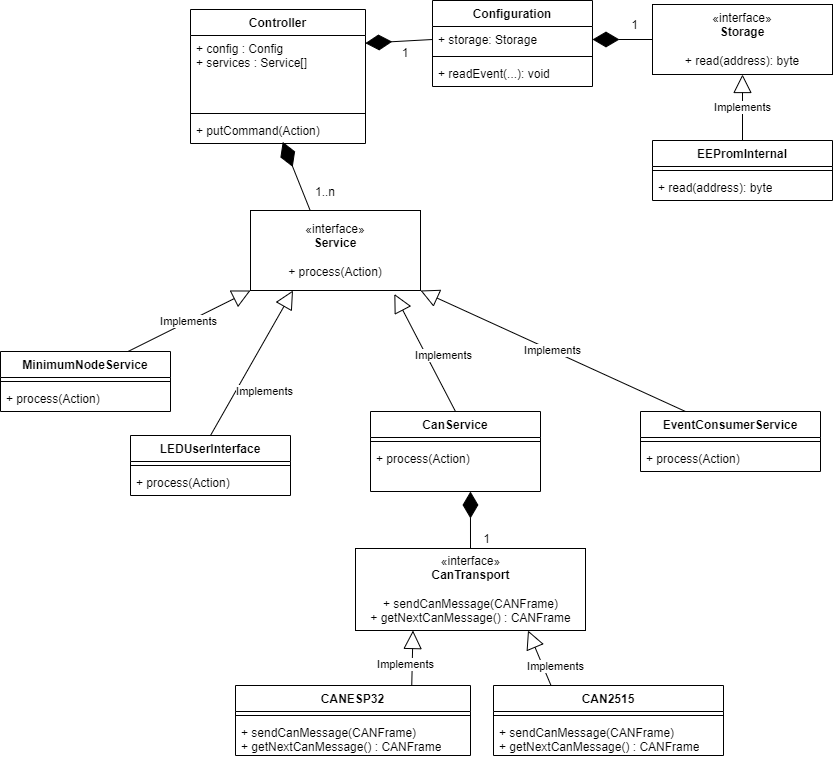
The draw.io diagram docs/VLCB-Arduino-Classes.png in SvenRosvall/VLCB-Arduino, before a commit. Source tidied: cells renumbered, new cells last; positions are measured from the earlier drawing's top-left corner, leaving out a move shared by most shapes.
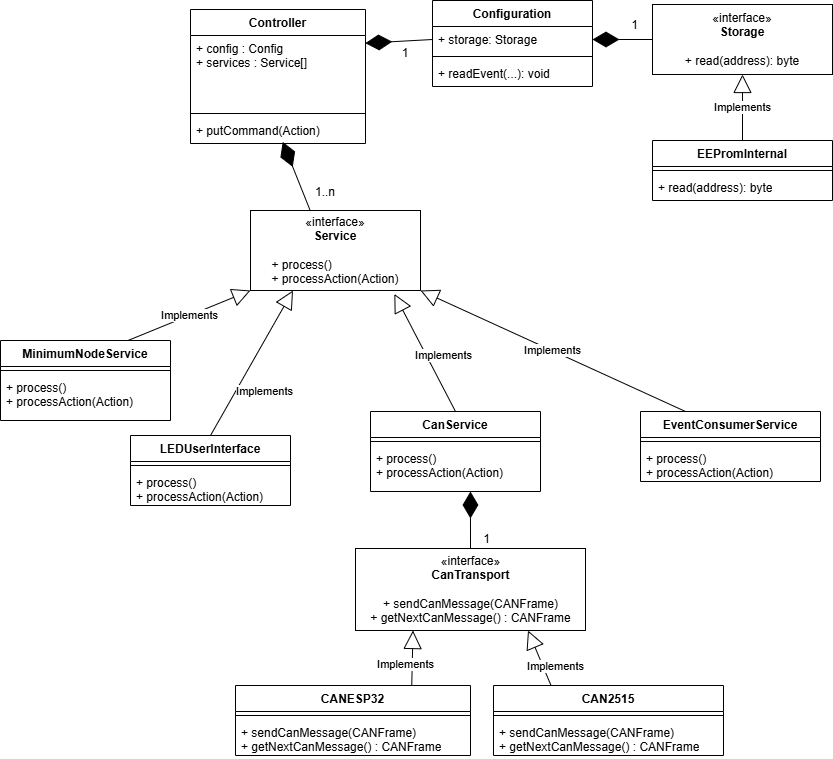
Above is the later version.

The edit, as a diff of the source:
```diff
@@ -38,29 +38,29 @@
     <mxCell id="13" value="Implements" style="endArrow=block;endSize=16;endFill=0;html=1;rounded=0;exitX=0.75;exitY=0;exitDx=0;exitDy=0;entryX=0.25;entryY=1;entryDx=0;entryDy=0;" parent="1" edge="1" source="9" target="48">
       <mxGeometry x="-0.23" y="7" relative="1" as="geometry" />
     </mxCell>
-    <mxCell id="14" value="«interface»&lt;br&gt;&lt;b&gt;Service&lt;br&gt;&lt;br&gt;&lt;/b&gt;+ process(&lt;span style=&quot;text-align: left;&quot;&gt;Action&lt;/span&gt;)&lt;b&gt;&lt;br&gt;&lt;/b&gt;" style="html=1;whiteSpace=wrap;" parent="1" vertex="1">
+    <mxCell id="14" value="«interface»&lt;br&gt;&lt;b&gt;Service&lt;br&gt;&lt;br&gt;&lt;div style=&quot;text-align: left;&quot;&gt;&lt;span style=&quot;background-color: initial; font-weight: normal;&quot;&gt;+ process()&lt;/span&gt;&lt;/div&gt;&lt;/b&gt;&lt;div style=&quot;text-align: left;&quot;&gt;&lt;span style=&quot;background-color: initial;&quot;&gt;+ processAction(Action)&lt;/span&gt;&lt;/div&gt;" style="html=1;whiteSpace=wrap;" parent="1" vertex="1">
       <mxGeometry x="250" y="210" width="170" height="80" as="geometry" />
     </mxCell>
     <mxCell id="15" value="MinimumNodeService" style="swimlane;fontStyle=1;align=center;verticalAlign=top;horizontal=1;startSize=26;whiteSpace=wrap;html=1;" parent="1" vertex="1">
-      <mxGeometry y="351" width="170" height="60" as="geometry" />
+      <mxGeometry y="340" width="170" height="80" as="geometry" />
     </mxCell>
     <mxCell id="16" style="line;strokeWidth=1;fillColor=none;align=left;verticalAlign=middle;spacingTop=-1;spacingLeft=3;spacingRight=3;labelPosition=right;strokeColor=inherit;" parent="15" vertex="1">
       <mxGeometry y="26" width="170" height="8" as="geometry" />
     </mxCell>
-    <mxCell id="17" value="+&amp;nbsp;&lt;span style=&quot;text-align: center;&quot;&gt;process(&lt;/span&gt;Action&lt;span style=&quot;text-align: center;&quot;&gt;)&lt;/span&gt;" style="text;strokeColor=none;fillColor=none;align=left;verticalAlign=top;spacingLeft=4;spacingRight=4;overflow=hidden;whiteSpace=wrap;html=1;" parent="15" vertex="1">
-      <mxGeometry y="34" width="170" height="26" as="geometry" />
+    <mxCell id="17" value="+&amp;nbsp;&lt;span style=&quot;text-align: center;&quot;&gt;process(&lt;/span&gt;&lt;span style=&quot;text-align: center;&quot;&gt;)&lt;/span&gt;&lt;br style=&quot;border-color: rgb(218, 220, 224); text-align: center;&quot;&gt;+ processAction(Action)" style="text;strokeColor=none;fillColor=none;align=left;verticalAlign=top;spacingLeft=4;spacingRight=4;overflow=hidden;whiteSpace=wrap;html=1;" parent="15" vertex="1">
+      <mxGeometry y="34" width="170" height="46" as="geometry" />
     </mxCell>
     <mxCell id="18" value="Implements" style="endArrow=block;endSize=16;endFill=0;html=1;rounded=0;entryX=0;entryY=1;entryDx=0;entryDy=0;exitX=0.75;exitY=0;exitDx=0;exitDy=0;" parent="1" edge="1" source="15" target="14">
       <mxGeometry relative="1" as="geometry" />
     </mxCell>
     <mxCell id="19" value="EventConsumerService" style="swimlane;fontStyle=1;align=center;verticalAlign=top;horizontal=1;startSize=26;whiteSpace=wrap;html=1;" parent="1" vertex="1">
-      <mxGeometry x="640" y="411" width="180" height="60" as="geometry" />
+      <mxGeometry x="640" y="411" width="180" height="70" as="geometry" />
     </mxCell>
     <mxCell id="20" style="line;strokeWidth=1;fillColor=none;align=left;verticalAlign=middle;spacingTop=-1;spacingLeft=3;spacingRight=3;labelPosition=right;strokeColor=inherit;" parent="19" vertex="1">
       <mxGeometry y="26" width="180" height="8" as="geometry" />
     </mxCell>
-    <mxCell id="21" value="+&amp;nbsp;&lt;span style=&quot;text-align: center;&quot;&gt;process(&lt;/span&gt;Action&lt;span style=&quot;text-align: center;&quot;&gt;)&lt;/span&gt;" style="text;strokeColor=none;fillColor=none;align=left;verticalAlign=top;spacingLeft=4;spacingRight=4;overflow=hidden;whiteSpace=wrap;html=1;" parent="19" vertex="1">
-      <mxGeometry y="34" width="180" height="26" as="geometry" />
+    <mxCell id="21" value="+&amp;nbsp;&lt;span style=&quot;text-align: center;&quot;&gt;process(&lt;/span&gt;&lt;span style=&quot;text-align: center;&quot;&gt;)&lt;/span&gt;&lt;br style=&quot;border-color: rgb(218, 220, 224); text-align: center;&quot;&gt;+ processAction(Action)" style="text;strokeColor=none;fillColor=none;align=left;verticalAlign=top;spacingLeft=4;spacingRight=4;overflow=hidden;whiteSpace=wrap;html=1;" parent="19" vertex="1">
+      <mxGeometry y="34" width="180" height="36" as="geometry" />
     </mxCell>
     <mxCell id="22" value="Implements" style="endArrow=block;endSize=16;endFill=0;html=1;rounded=0;exitX=0.25;exitY=0;exitDx=0;exitDy=0;entryX=1;entryY=1;entryDx=0;entryDy=0;" parent="1" edge="1" source="19" target="14">
       <mxGeometry relative="1" as="geometry" />
@@ -105,13 +105,13 @@
       <mxGeometry y="34" width="180" height="26" as="geometry" />
     </mxCell>
     <mxCell id="36" value="LEDUserInterface" style="swimlane;fontStyle=1;align=center;verticalAlign=top;horizontal=1;startSize=26;" parent="1" vertex="1">
-      <mxGeometry x="130" y="435" width="160" height="60" as="geometry" />
+      <mxGeometry x="130" y="435" width="160" height="70" as="geometry" />
     </mxCell>
     <mxCell id="37" style="line;strokeWidth=1;fillColor=none;align=left;verticalAlign=middle;spacingTop=-1;spacingLeft=3;spacingRight=3;labelPosition=right;strokeColor=inherit;" parent="36" vertex="1">
       <mxGeometry y="26" width="160" height="8" as="geometry" />
     </mxCell>
-    <mxCell id="38" value="+ process(Action)" style="text;strokeColor=none;fillColor=none;align=left;verticalAlign=top;spacingLeft=4;spacingRight=4;overflow=hidden;" parent="36" vertex="1">
-      <mxGeometry y="34" width="160" height="26" as="geometry" />
+    <mxCell id="38" value="+ process()&#10;+ processAction(Action)" style="text;strokeColor=none;fillColor=none;align=left;verticalAlign=top;spacingLeft=4;spacingRight=4;overflow=hidden;" parent="36" vertex="1">
+      <mxGeometry y="34" width="160" height="36" as="geometry" />
     </mxCell>
     <mxCell id="39" value="Implements" style="endArrow=block;endSize=16;endFill=0;html=1;rounded=0;exitX=0.5;exitY=0;exitDx=0;exitDy=0;entryX=0.25;entryY=1;entryDx=0;entryDy=0;" parent="1" edge="1" source="36" target="14">
       <mxGeometry x="-0.22" y="-25" relative="1" as="geometry" />
@@ -131,7 +131,7 @@
     <mxCell id="44" style="line;strokeWidth=1;fillColor=none;align=left;verticalAlign=middle;spacingTop=-1;spacingLeft=3;spacingRight=3;labelPosition=right;strokeColor=inherit;" parent="43" vertex="1">
       <mxGeometry y="26" width="170" height="8" as="geometry" />
     </mxCell>
-    <mxCell id="45" value="+ process(Action)" style="text;strokeColor=none;fillColor=none;align=left;verticalAlign=top;spacingLeft=4;spacingRight=4;overflow=hidden;points=[[0,0.5],[1,0.5]];portConstraint=eastwest;" parent="43" vertex="1">
+    <mxCell id="45" value="+ process()&#10;+ processAction(Action)" style="text;strokeColor=none;fillColor=none;align=left;verticalAlign=top;spacingLeft=4;spacingRight=4;overflow=hidden;points=[[0,0.5],[1,0.5]];portConstraint=eastwest;" parent="43" vertex="1">
       <mxGeometry y="34" width="170" height="46" as="geometry" />
     </mxCell>
     <mxCell id="46" style="endArrow=diamondThin;endFill=1;endSize=24;html=1;rounded=0;exitX=0.5;exitY=0;exitDx=0;exitDy=0;entryX=0.588;entryY=1;entryDx=0;entryDy=0;entryPerimeter=0;" parent="1" edge="1" source="48" target="45">
```
